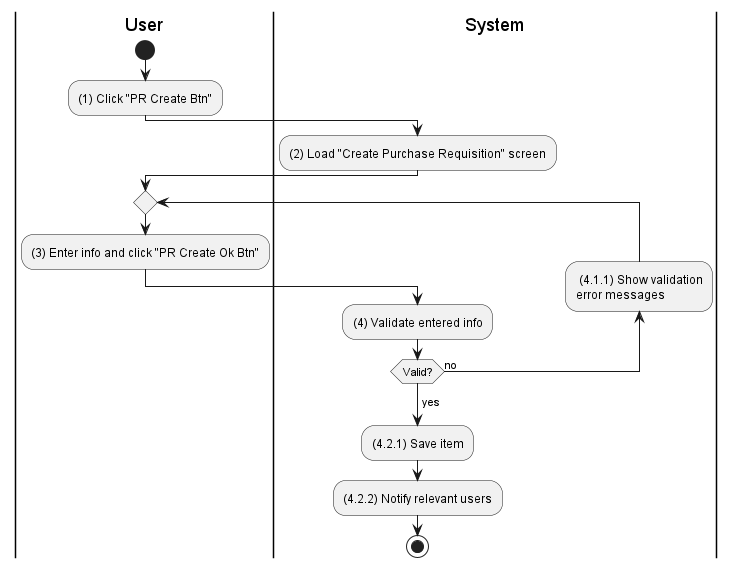
This is activities/purchase-requisition-create.png from phihungha/scmss-reqs, a PlantUML export, as it was before one commit.
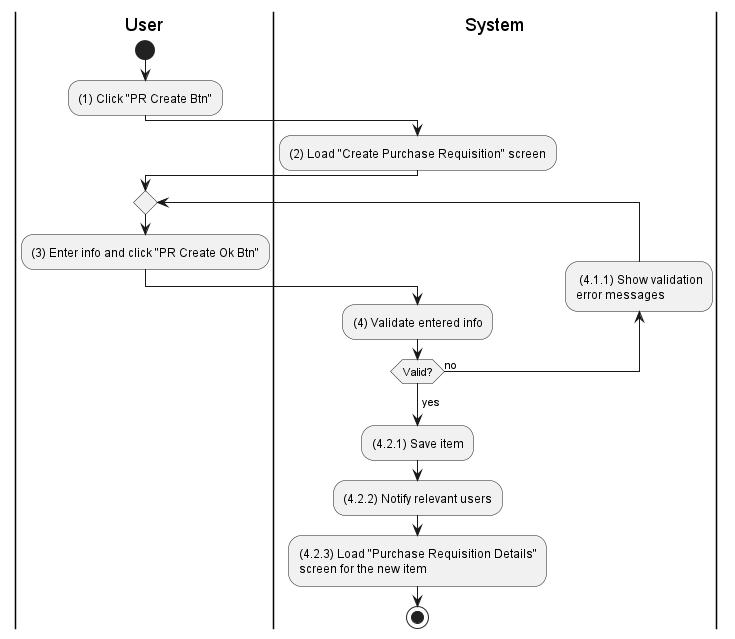
After the commit.

Change to the diagram source:
```diff
@@ -19,5 +19,6 @@
 ->yes;
 :(4.2.1) Save item;
 :(4.2.2) Notify relevant users;
+:(4.2.3) Load "Purchase Requisition Details"\nscreen for the new item;
 stop
 @enduml
```
